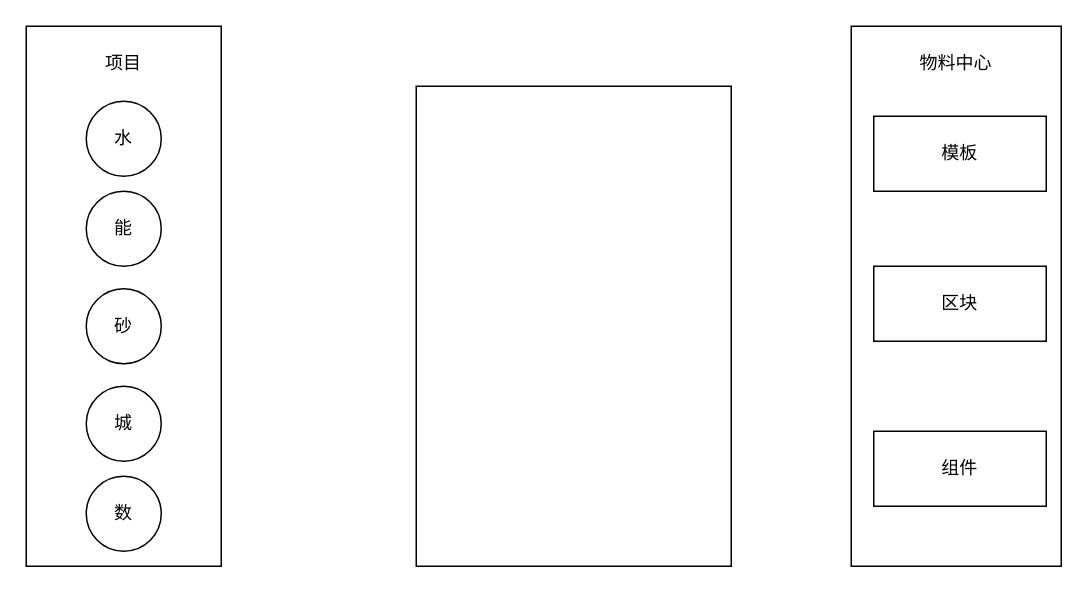
Above: 低代码——搭建示意图.drawio in tangyaosimida/love (draw.io), before the change. Source tidied: cells renumbered, new cells numbered last; positions are measured from the earlier drawing's top-left corner, leaving out a move shared by most shapes. Both pictures are drawn from the tidied source at 150%, with x=0, y=0 at pixel (26, 26).
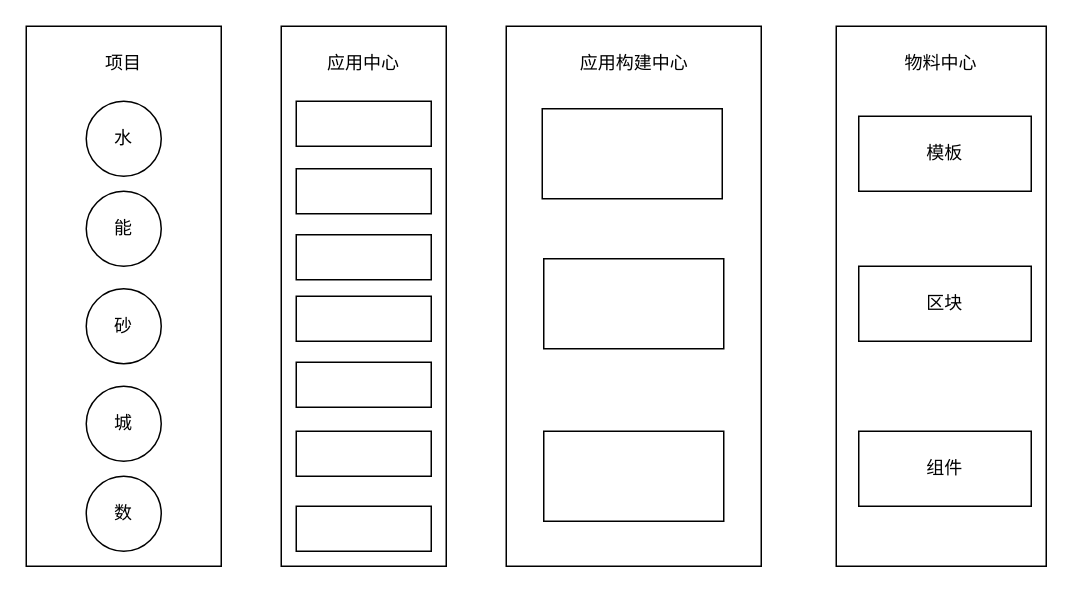
The same diagram, later.

Commit message (it also covers changes not shown here):
更新低代码——搭建示意图.drawio

Diff of the diagram source:
```diff
@@
     <mxCell id="2" style="rounded=0;whiteSpace=wrap;html=1;" parent="1" vertex="1">
-      <mxGeometry x="550" width="140" height="360" as="geometry" />
+      <mxGeometry x="540" width="140" height="360" as="geometry" />
     </mxCell>
     <mxCell id="3" style="rounded=0;whiteSpace=wrap;html=1;" parent="1" vertex="1">
-      <mxGeometry x="260" y="40" width="210" height="320" as="geometry" />
+      <mxGeometry x="320" width="170" height="360" as="geometry" />
     </mxCell>
@@
     <mxCell id="5" value="物料中心" style="text;html=1;align=center;verticalAlign=middle;whiteSpace=wrap;rounded=0;" parent="1" vertex="1">
-      <mxGeometry x="590" y="10" width="60" height="30" as="geometry" />
+      <mxGeometry x="580" y="10" width="60" height="30" as="geometry" />
     </mxCell>
     <mxCell id="6" value="模板" style="rounded=0;whiteSpace=wrap;html=1;" parent="1" vertex="1">
-      <mxGeometry x="565" y="60" width="115" height="50" as="geometry" />
+      <mxGeometry x="555" y="60" width="115" height="50" as="geometry" />
     </mxCell>
     <mxCell id="7" value="区块" style="rounded=0;whiteSpace=wrap;html=1;" parent="1" vertex="1">
-      <mxGeometry x="565" y="160" width="115" height="50" as="geometry" />
+      <mxGeometry x="555" y="160" width="115" height="50" as="geometry" />
     </mxCell>
     <mxCell id="8" value="组件" style="rounded=0;whiteSpace=wrap;html=1;" parent="1" vertex="1">
-      <mxGeometry x="565" y="270" width="115" height="50" as="geometry" />
+      <mxGeometry x="555" y="270" width="115" height="50" as="geometry" />
     </mxCell>
@@
+    <mxCell id="15" style="rounded=0;whiteSpace=wrap;html=1;" parent="1" vertex="1">
+      <mxGeometry x="170" width="110" height="360" as="geometry" />
+    </mxCell>
+    <mxCell id="16" value="应用中心" style="text;html=1;align=center;verticalAlign=middle;whiteSpace=wrap;rounded=0;" parent="1" vertex="1">
+      <mxGeometry x="195" y="10" width="60" height="30" as="geometry" />
+    </mxCell>
+    <mxCell id="17" value="应用构建中心" style="text;html=1;align=center;verticalAlign=middle;whiteSpace=wrap;rounded=0;" parent="1" vertex="1">
+      <mxGeometry x="362.5" y="10" width="85" height="30" as="geometry" />
+    </mxCell>
+    <mxCell id="18" style="rounded=0;whiteSpace=wrap;html=1;" parent="1" vertex="1">
+      <mxGeometry x="180" y="50" width="90" height="30" as="geometry" />
+    </mxCell>
+    <mxCell id="19" style="rounded=0;whiteSpace=wrap;html=1;" parent="1" vertex="1">
+      <mxGeometry x="180" y="95" width="90" height="30" as="geometry" />
+    </mxCell>
+    <mxCell id="20" style="rounded=0;whiteSpace=wrap;html=1;" parent="1" vertex="1">
+      <mxGeometry x="180" y="139" width="90" height="30" as="geometry" />
+    </mxCell>
+    <mxCell id="21" style="rounded=0;whiteSpace=wrap;html=1;" parent="1" vertex="1">
+      <mxGeometry x="180" y="180" width="90" height="30" as="geometry" />
+    </mxCell>
+    <mxCell id="22" style="rounded=0;whiteSpace=wrap;html=1;" parent="1" vertex="1">
+      <mxGeometry x="180" y="224" width="90" height="30" as="geometry" />
+    </mxCell>
+    <mxCell id="23" style="rounded=0;whiteSpace=wrap;html=1;" parent="1" vertex="1">
+      <mxGeometry x="180" y="270" width="90" height="30" as="geometry" />
+    </mxCell>
+    <mxCell id="24" style="rounded=0;whiteSpace=wrap;html=1;" parent="1" vertex="1">
+      <mxGeometry x="180" y="320" width="90" height="30" as="geometry" />
+    </mxCell>
+    <mxCell id="25" style="rounded=0;whiteSpace=wrap;html=1;" parent="1" vertex="1">
+      <mxGeometry x="344" y="55" width="120" height="60" as="geometry" />
+    </mxCell>
+    <mxCell id="26" style="rounded=0;whiteSpace=wrap;html=1;" parent="1" vertex="1">
+      <mxGeometry x="345" y="155" width="120" height="60" as="geometry" />
+    </mxCell>
+    <mxCell id="27" style="rounded=0;whiteSpace=wrap;html=1;" parent="1" vertex="1">
+      <mxGeometry x="345" y="270" width="120" height="60" as="geometry" />
+    </mxCell>
```
